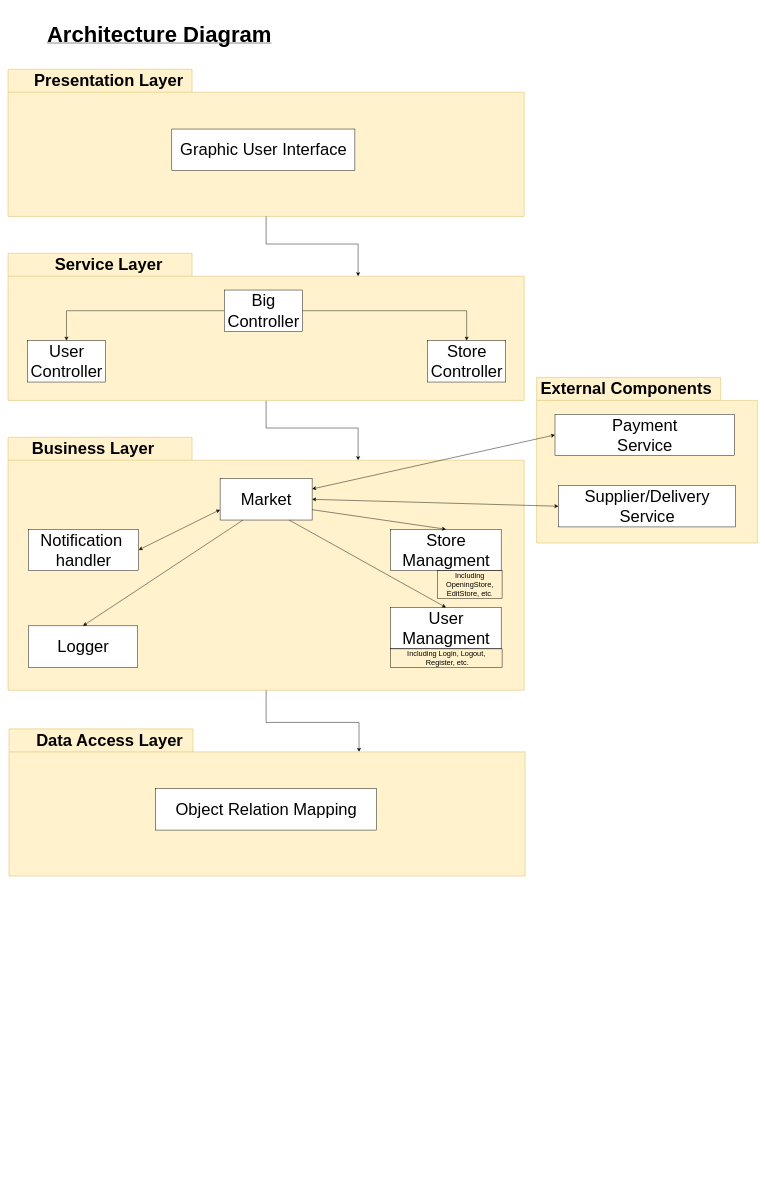
The draw.io diagram Documents/ArchitectureDiagram-V3.drawio in danielpiro/Workshop-16b, before the edit. Source tidied: cells renumbered, new cells numbered last; positions are measured from the earlier drawing's top-left corner, leaving out a move shared by most shapes. Both pictures are drawn from the tidied source at 46%, with x=0, y=0 at pixel (8, 18).
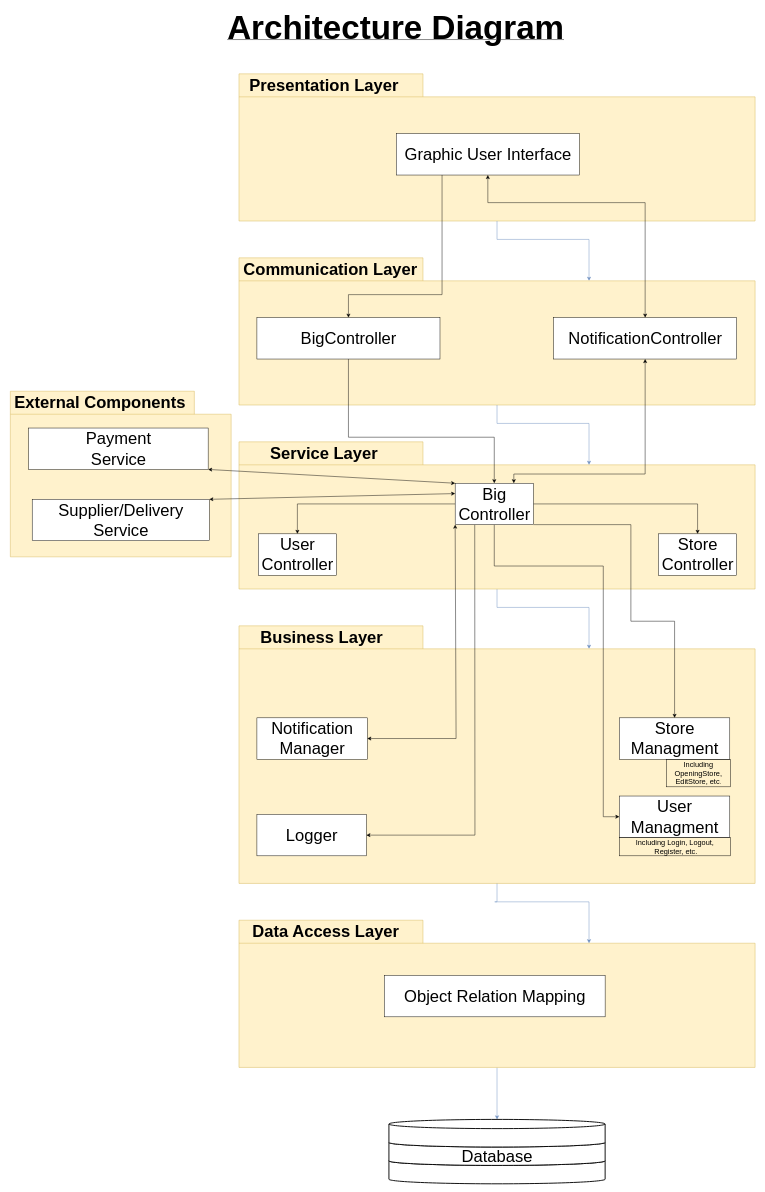
The same page after the edit.

The edit, as a diff of the source:
```diff
@@
-    <mxCell id="2" value="&lt;b&gt;&lt;u&gt;&lt;font style=&quot;font-size: 48px;&quot;&gt;Architecture Diagram&lt;/font&gt;&lt;/u&gt;&lt;/b&gt;" style="text;html=1;strokeColor=none;fillColor=none;align=center;verticalAlign=middle;whiteSpace=wrap;rounded=0;" parent="1" vertex="1">
-      <mxGeometry x="14" width="630" height="70" as="geometry" />
+    <mxCell id="2" value="&lt;b&gt;&lt;u&gt;&lt;font style=&quot;font-size: 72px;&quot;&gt;Architecture Diagram&lt;/font&gt;&lt;/u&gt;&lt;/b&gt;" style="text;html=1;strokeColor=none;fillColor=none;align=center;verticalAlign=middle;whiteSpace=wrap;rounded=0;" parent="1" vertex="1">
+      <mxGeometry x="458" y="-20" width="770" height="80" as="geometry" />
     </mxCell>
-    <mxCell id="3" style="edgeStyle=none;rounded=0;jettySize=auto;html=1;exitX=0.5;exitY=1;exitDx=0;exitDy=0;exitPerimeter=0;fontSize=36;entryX=0;entryY=0;entryDx=761;entryDy=50;entryPerimeter=0;" parent="1" edge="1" source="4" target="6">
+    <mxCell id="3" style="edgeStyle=none;rounded=0;jettySize=auto;html=1;exitX=0.5;exitY=1;exitDx=0;exitDy=0;exitPerimeter=0;fontSize=36;entryX=0;entryY=0;entryDx=761;entryDy=50;entryPerimeter=0;fillColor=#dae8fc;strokeColor=#6c8ebf;" parent="1" edge="1" source="4" target="6">
       <mxGeometry relative="1" as="geometry">
         <Array as="points">
-          <mxPoint x="561" y="890" />
-          <mxPoint x="761" y="890" />
+          <mxPoint x="1063" y="1280" />
+          <mxPoint x="1263" y="1280" />
         </Array>
       </mxGeometry>
     </mxCell>
     <mxCell id="4" style="shape=folder;fontStyle=1;spacingTop=10;tabWidth=400;tabHeight=50;tabPosition=left;html=1;fontSize=36;fillColor=#fff2cc;strokeColor=#d6b656;" parent="1" vertex="1">
-      <mxGeometry y="510" width="1122" height="320" as="geometry" />
+      <mxGeometry x="502" y="920" width="1122" height="320" as="geometry" />
     </mxCell>
     <mxCell id="5" value="Service Layer" style="text;align=center;fontStyle=1;verticalAlign=middle;spacingLeft=3;spacingRight=3;strokeColor=none;fontSize=36;" parent="1" vertex="1">
-      <mxGeometry x="44" y="510" width="350" height="40" as="geometry" />
+      <mxGeometry x="512" y="920" width="350" height="40" as="geometry" />
     </mxCell>
     <mxCell id="6" style="shape=folder;fontStyle=1;spacingTop=10;tabWidth=400;tabHeight=50;tabPosition=left;html=1;fontSize=36;fillColor=#fff2cc;strokeColor=#d6b656;" parent="1" vertex="1">
-      <mxGeometry y="910" width="1122" height="550" as="geometry" />
+      <mxGeometry x="502" y="1320" width="1122" height="560" as="geometry" />
     </mxCell>
     <mxCell id="7" value="Business Layer" style="text;align=center;fontStyle=1;verticalAlign=middle;spacingLeft=3;spacingRight=3;strokeColor=none;fontSize=36;" parent="1" vertex="1">
-      <mxGeometry x="10" y="910" width="350" height="40" as="geometry" />
+      <mxGeometry x="507" y="1320" width="350" height="40" as="geometry" />
     </mxCell>
     <mxCell id="8" style="shape=folder;fontStyle=1;spacingTop=10;tabWidth=400;tabHeight=50;tabPosition=left;html=1;fontSize=36;fillColor=#fff2cc;strokeColor=#d6b656;" parent="1" vertex="1">
-      <mxGeometry x="1149" y="780" width="480" height="360" as="geometry" />
+      <mxGeometry x="5" y="810" width="480" height="360" as="geometry" />
     </mxCell>
     <mxCell id="9" value="External Components" style="text;align=center;fontStyle=1;verticalAlign=middle;spacingLeft=3;spacingRight=3;strokeColor=none;fontSize=36;" parent="1" vertex="1">
-      <mxGeometry x="1169" y="780" width="350" height="40" as="geometry" />
+      <mxGeometry x="25" y="810" width="350" height="40" as="geometry" />
     </mxCell>
     <mxCell id="10" value="Store&lt;br&gt;Managment" style="html=1;fontSize=36;" parent="1" vertex="1">
-      <mxGeometry x="832" y="1110" width="240" height="90" as="geometry" />
+      <mxGeometry x="1329" y="1520" width="240" height="90" as="geometry" />
     </mxCell>
     <mxCell id="11" value="User&lt;br&gt;Managment" style="html=1;fontSize=36;" parent="1" vertex="1">
-      <mxGeometry x="832" y="1280" width="240" height="90" as="geometry" />
+      <mxGeometry x="1329" y="1690" width="240" height="90" as="geometry" />
     </mxCell>
     <mxCell id="12" value="Payment&lt;br&gt;Service" style="html=1;fontSize=36;" parent="1" vertex="1">
-      <mxGeometry x="1189" y="860" width="390" height="90" as="geometry" />
+      <mxGeometry x="45" y="890" width="390" height="90" as="geometry" />
     </mxCell>
     <mxCell id="13" value="User&lt;br&gt;Controller" style="html=1;fontSize=36;" parent="1" vertex="1">
-      <mxGeometry x="42" y="700" width="170" height="90" as="geometry" />
+      <mxGeometry x="544" y="1120" width="170" height="90" as="geometry" />
     </mxCell>
-    <mxCell id="14" style="edgeStyle=none;rounded=0;jettySize=auto;html=1;exitX=1;exitY=0.5;exitDx=0;exitDy=0;entryX=0;entryY=0.5;entryDx=0;entryDy=0;fontSize=36;startArrow=classic;startFill=1;" parent="1" edge="1" source="17" target="18">
+    <mxCell id="14" style="edgeStyle=none;rounded=0;jettySize=auto;html=1;exitX=0;exitY=0.25;exitDx=0;exitDy=0;entryX=1;entryY=0;entryDx=0;entryDy=0;fontSize=36;startArrow=classic;startFill=1;" parent="1" edge="1" source="28" target="18">
       <mxGeometry relative="1" as="geometry" />
     </mxCell>
-    <mxCell id="15" style="edgeStyle=none;rounded=0;jettySize=auto;html=1;exitX=1;exitY=0.25;exitDx=0;exitDy=0;entryX=0;entryY=0.5;entryDx=0;entryDy=0;fontSize=36;startArrow=classic;startFill=1;" parent="1" edge="1" source="17" target="12">
+    <mxCell id="15" style="edgeStyle=none;rounded=0;jettySize=auto;html=1;exitX=0;exitY=0;exitDx=0;exitDy=0;entryX=1;entryY=1;entryDx=0;entryDy=0;fontSize=36;startArrow=classic;startFill=1;" parent="1" edge="1" source="28" target="12">
       <mxGeometry relative="1" as="geometry" />
     </mxCell>
-    <mxCell id="16" style="edgeStyle=orthogonalEdgeStyle;rounded=0;jettySize=auto;html=1;exitX=0.5;exitY=1;exitDx=0;exitDy=0;entryX=0;entryY=0;entryDx=761;entryDy=50;entryPerimeter=0;startArrow=none;startFill=0;exitPerimeter=0;" parent="1" edge="1" source="6" target="33">
+    <mxCell id="16" style="edgeStyle=orthogonalEdgeStyle;rounded=0;jettySize=auto;html=1;exitX=0.5;exitY=1;exitDx=0;exitDy=0;entryX=0;entryY=0;entryDx=761;entryDy=50;entryPerimeter=0;startArrow=none;startFill=0;exitPerimeter=0;fillColor=#dae8fc;strokeColor=#6c8ebf;" parent="1" edge="1" source="6" target="33">
       <mxGeometry relative="1" as="geometry">
         <Array as="points">
-          <mxPoint x="561" y="1530" />
-          <mxPoint x="763" y="1530" />
+          <mxPoint x="1058" y="1920" />
+          <mxPoint x="1260" y="1920" />
         </Array>
       </mxGeometry>
     </mxCell>
-    <mxCell id="17" value="Market" style="html=1;fontSize=36;" parent="1" vertex="1">
-      <mxGeometry x="461" y="1000" width="200" height="90" as="geometry" />
-    </mxCell>
     <mxCell id="18" value="Supplier/Delivery&lt;br&gt;Service" style="html=1;fontSize=36;" parent="1" vertex="1">
-      <mxGeometry x="1196.5" y="1015" width="385" height="90" as="geometry" />
+      <mxGeometry x="52.5" y="1045" width="385" height="90" as="geometry" />
     </mxCell>
-    <mxCell id="19" style="endArrow=classic;html=1;rounded=0;entryX=0.5;entryY=0;entryDx=0;entryDy=0;exitX=1;exitY=0.75;exitDx=0;exitDy=0;" parent="1" edge="1" source="17" target="10">
-      <mxGeometry relative="1" as="geometry" />
+    <mxCell id="19" style="endArrow=classic;html=1;rounded=0;entryX=0.5;entryY=0;entryDx=0;entryDy=0;exitX=1;exitY=1;exitDx=0;exitDy=0;" parent="1" edge="1" source="28" target="10">
+      <mxGeometry relative="1" as="geometry">
+        <Array as="points">
+          <mxPoint x="1354" y="1100" />
+          <mxPoint x="1354" y="1310" />
+          <mxPoint x="1449" y="1310" />
+        </Array>
+      </mxGeometry>
     </mxCell>
-    <mxCell id="20" style="endArrow=classic;html=1;rounded=0;exitX=0.75;exitY=1;exitDx=0;exitDy=0;entryX=0.5;entryY=0;entryDx=0;entryDy=0;" parent="1" edge="1" source="17" target="11">
-      <mxGeometry relative="1" as="geometry" />
+    <mxCell id="20" style="endArrow=classic;html=1;rounded=0;exitX=0.5;exitY=1;exitDx=0;exitDy=0;entryX=0;entryY=0.5;entryDx=0;entryDy=0;" parent="1" edge="1" source="28" target="11">
+      <mxGeometry relative="1" as="geometry">
+        <Array as="points">
+          <mxPoint x="1057" y="1190" />
+          <mxPoint x="1294" y="1190" />
+          <mxPoint x="1294" y="1735" />
+        </Array>
+      </mxGeometry>
     </mxCell>
     <mxCell id="21" value="Logger" style="html=1;fontSize=36;" parent="1" vertex="1">
-      <mxGeometry x="44" y="1320" width="238" height="90" as="geometry" />
+      <mxGeometry x="541" y="1730" width="238" height="90" as="geometry" />
     </mxCell>
-    <mxCell id="22" style="edgeStyle=none;rounded=0;jettySize=auto;html=1;exitX=0.25;exitY=1;exitDx=0;exitDy=0;fontSize=36;entryX=0.5;entryY=0;entryDx=0;entryDy=0;" parent="1" edge="1" source="17" target="21">
-      <mxGeometry relative="1" as="geometry" />
+    <mxCell id="22" style="edgeStyle=none;rounded=0;jettySize=auto;html=1;exitX=0.25;exitY=1;exitDx=0;exitDy=0;fontSize=36;entryX=1;entryY=0.5;entryDx=0;entryDy=0;" parent="1" edge="1" source="28" target="21">
+      <mxGeometry relative="1" as="geometry">
+        <Array as="points">
+          <mxPoint x="1015" y="1775" />
+        </Array>
+      </mxGeometry>
     </mxCell>
-    <mxCell id="23" value="Notification&amp;nbsp;&lt;br&gt;handler" style="html=1;fontSize=36;" parent="1" vertex="1">
-      <mxGeometry x="44" y="1110" width="240" height="90" as="geometry" />
+    <mxCell id="23" value="Notification&lt;br&gt;Manager" style="html=1;fontSize=36;" parent="1" vertex="1">
+      <mxGeometry x="541" y="1520" width="240" height="90" as="geometry" />
     </mxCell>
-    <mxCell id="24" style="endArrow=classic;html=1;rounded=0;entryX=1;entryY=0.5;entryDx=0;entryDy=0;exitX=0;exitY=0.75;exitDx=0;exitDy=0;startArrow=classic;startFill=1;" parent="1" edge="1" source="17" target="23">
-      <mxGeometry relative="1" as="geometry" />
+    <mxCell id="24" style="endArrow=classic;html=1;rounded=0;entryX=1;entryY=0.5;entryDx=0;entryDy=0;exitX=0;exitY=1;exitDx=0;exitDy=0;startArrow=classic;startFill=1;" parent="1" edge="1" source="28" target="23">
+      <mxGeometry relative="1" as="geometry">
+        <Array as="points">
+          <mxPoint x="974" y="1565" />
+        </Array>
+      </mxGeometry>
     </mxCell>
     <mxCell id="25" value="Store&lt;br&gt;Controller" style="html=1;fontSize=36;" parent="1" vertex="1">
-      <mxGeometry x="912" y="700" width="170" height="90" as="geometry" />
+      <mxGeometry x="1414" y="1120" width="170" height="90" as="geometry" />
     </mxCell>
@@
     <mxCell id="28" value="Big&lt;br&gt;Controller" style="html=1;fontSize=36;" parent="1" vertex="1">
-      <mxGeometry x="470" y="590" width="170" height="90" as="geometry" />
+      <mxGeometry x="972" y="1010" width="170" height="90" as="geometry" />
     </mxCell>
     <mxCell id="29" style="shape=folder;fontStyle=1;spacingTop=10;tabWidth=400;tabHeight=50;tabPosition=left;html=1;fontSize=36;fillColor=#fff2cc;strokeColor=#d6b656;" parent="1" vertex="1">
-      <mxGeometry y="110" width="1122" height="320" as="geometry" />
+      <mxGeometry x="502" y="120" width="1122" height="320" as="geometry" />
     </mxCell>
     <mxCell id="30" value="Presentation Layer" style="text;align=center;fontStyle=1;verticalAlign=middle;spacingLeft=3;spacingRight=3;strokeColor=none;fontSize=36;" parent="1" vertex="1">
-      <mxGeometry x="44" y="110" width="350" height="40" as="geometry" />
+      <mxGeometry x="512" y="120" width="350" height="40" as="geometry" />
     </mxCell>
-    <mxCell id="31" style="edgeStyle=orthogonalEdgeStyle;rounded=0;jettySize=auto;html=1;exitX=0.5;exitY=1;exitDx=0;exitDy=0;entryX=0;entryY=0;entryDx=761;entryDy=50;entryPerimeter=0;exitPerimeter=0;" parent="1" edge="1" source="29" target="4">
+    <mxCell id="31" style="edgeStyle=orthogonalEdgeStyle;rounded=0;jettySize=auto;html=1;exitX=0.5;exitY=1;exitDx=0;exitDy=0;entryX=0;entryY=0;entryDx=761;entryDy=50;entryPerimeter=0;exitPerimeter=0;fillColor=#dae8fc;strokeColor=#6c8ebf;" parent="1" edge="1" source="29" target="39">
       <mxGeometry relative="1" as="geometry">
         <Array as="points">
-          <mxPoint x="561" y="490" />
-          <mxPoint x="761" y="490" />
+          <mxPoint x="1063" y="480" />
+          <mxPoint x="1263" y="480" />
         </Array>
       </mxGeometry>
     </mxCell>
     <mxCell id="32" value="Graphic User Interface" style="html=1;fontSize=36;" parent="1" vertex="1">
-      <mxGeometry x="356" y="240" width="398" height="90" as="geometry" />
+      <mxGeometry x="844" y="250" width="398" height="90" as="geometry" />
     </mxCell>
+    <mxCell id="38" style="edgeStyle=orthogonalEdgeStyle;rounded=0;jettySize=auto;html=1;exitX=0.5;exitY=1;exitDx=0;exitDy=0;exitPerimeter=0;entryX=0.5;entryY=0;entryDx=0;entryDy=0;entryPerimeter=0;fillColor=#dae8fc;strokeColor=#6c8ebf;" parent="1" edge="1" source="33" target="46">
+      <mxGeometry relative="1" as="geometry" />
+    </mxCell>
     <mxCell id="33" style="shape=folder;fontStyle=1;spacingTop=10;tabWidth=400;tabHeight=50;tabPosition=left;html=1;fontSize=36;fillColor=#fff2cc;strokeColor=#d6b656;" parent="1" vertex="1">
-      <mxGeometry x="2" y="1544" width="1122" height="320" as="geometry" />
+      <mxGeometry x="502" y="1960" width="1122" height="320" as="geometry" />
     </mxCell>
     <mxCell id="34" value="Data Access Layer" style="text;align=center;fontStyle=1;verticalAlign=middle;spacingLeft=3;spacingRight=3;strokeColor=none;fontSize=36;" parent="1" vertex="1">
-      <mxGeometry x="46" y="1544" width="350" height="40" as="geometry" />
+      <mxGeometry x="516" y="1960" width="350" height="40" as="geometry" />
     </mxCell>
     <mxCell id="35" value="Object Relation Mapping" style="html=1;fontSize=36;" parent="1" vertex="1">
-      <mxGeometry x="321" y="1674" width="480" height="90" as="geometry" />
+      <mxGeometry x="818" y="2080" width="480" height="90" as="geometry" />
     </mxCell>
     <mxCell id="36" value="&lt;font style=&quot;font-size: 16px;&quot;&gt;Including Login, Logout,&lt;br&gt;&amp;nbsp;Register, etc.&lt;/font&gt;" style="text;html=1;strokeColor=default;fillColor=none;align=center;verticalAlign=middle;whiteSpace=wrap;rounded=0;" parent="1" vertex="1">
-      <mxGeometry x="832" y="1370" width="242" height="40" as="geometry" />
+      <mxGeometry x="1329" y="1780" width="242" height="40" as="geometry" />
     </mxCell>
     <mxCell id="37" value="&lt;font style=&quot;font-size: 16px;&quot;&gt;Including OpeningStore, EditStore, etc&lt;/font&gt;." style="text;html=1;strokeColor=default;fillColor=none;align=center;verticalAlign=middle;whiteSpace=wrap;rounded=0;" parent="1" vertex="1">
-      <mxGeometry x="934" y="1200" width="140" height="60" as="geometry" />
+      <mxGeometry x="1431" y="1610" width="140" height="60" as="geometry" />
     </mxCell>
+    <mxCell id="39" style="shape=folder;fontStyle=1;spacingTop=10;tabWidth=400;tabHeight=50;tabPosition=left;html=1;fontSize=36;fillColor=#fff2cc;strokeColor=#d6b656;" parent="1" vertex="1">
+      <mxGeometry x="502" y="520" width="1122" height="320" as="geometry" />
+    </mxCell>
+    <mxCell id="40" value="Communication Layer" style="text;align=center;fontStyle=1;verticalAlign=middle;spacingLeft=3;spacingRight=3;strokeColor=none;fontSize=36;" parent="1" vertex="1">
+      <mxGeometry x="516" y="520" width="370" height="40" as="geometry" />
+    </mxCell>
+    <mxCell id="41" value="BigController" style="html=1;fontSize=36;" parent="1" vertex="1">
+      <mxGeometry x="541" y="650" width="398" height="90" as="geometry" />
+    </mxCell>
+    <mxCell id="42" style="edgeStyle=orthogonalEdgeStyle;rounded=0;jettySize=auto;html=1;exitX=0.5;exitY=1;exitDx=0;exitDy=0;entryX=0;entryY=0;entryDx=761;entryDy=50;entryPerimeter=0;exitPerimeter=0;fillColor=#dae8fc;strokeColor=#6c8ebf;" parent="1" edge="1" source="39" target="4">
+      <mxGeometry relative="1" as="geometry">
+        <Array as="points">
+          <mxPoint x="1063" y="880" />
+          <mxPoint x="1263" y="880" />
+        </Array>
+      </mxGeometry>
+    </mxCell>
+    <mxCell id="43" style="group;" parent="1" vertex="1">
+      <mxGeometry x="828" y="2393" width="470" height="140" as="geometry" />
+    </mxCell>
+    <mxCell id="44" style="strokeWidth=2;html=1;shape=mxgraph.flowchart.database;whiteSpace=wrap;" parent="43" vertex="1">
+      <mxGeometry y="80" width="470" height="60" as="geometry" />
+    </mxCell>
+    <mxCell id="45" style="strokeWidth=2;html=1;shape=mxgraph.flowchart.database;whiteSpace=wrap;" parent="43" vertex="1">
+      <mxGeometry y="40" width="470" height="60" as="geometry" />
+    </mxCell>
+    <mxCell id="46" style="strokeWidth=2;html=1;shape=mxgraph.flowchart.database;whiteSpace=wrap;" parent="43" vertex="1">
+      <mxGeometry width="470" height="60" as="geometry" />
+    </mxCell>
+    <mxCell id="47" value="&lt;font style=&quot;font-size: 36px;&quot;&gt;Database&lt;/font&gt;" style="text;html=1;strokeColor=none;fillColor=none;align=center;verticalAlign=middle;whiteSpace=wrap;rounded=0;" parent="43" vertex="1">
+      <mxGeometry x="127.5" y="64" width="215" height="30" as="geometry" />
+    </mxCell>
+    <mxCell id="48" value="NotificationController" style="html=1;fontSize=36;" parent="1" vertex="1">
+      <mxGeometry x="1186" y="650" width="398" height="90" as="geometry" />
+    </mxCell>
+    <mxCell id="49" style="edgeStyle=orthogonalEdgeStyle;rounded=0;jettySize=auto;html=1;exitX=0.5;exitY=1;exitDx=0;exitDy=0;entryX=0.5;entryY=0;entryDx=0;entryDy=0;" parent="1" edge="1" source="41" target="28">
+      <mxGeometry relative="1" as="geometry">
+        <Array as="points">
+          <mxPoint x="740" y="910" />
+          <mxPoint x="1057" y="910" />
+        </Array>
+      </mxGeometry>
+    </mxCell>
+    <mxCell id="50" style="edgeStyle=orthogonalEdgeStyle;rounded=0;jettySize=auto;html=1;exitX=0.5;exitY=1;exitDx=0;exitDy=0;entryX=0.75;entryY=0;entryDx=0;entryDy=0;startArrow=classic;startFill=1;" parent="1" edge="1" source="48" target="28">
+      <mxGeometry relative="1" as="geometry">
+        <Array as="points">
+          <mxPoint x="1385" y="990" />
+          <mxPoint x="1100" y="990" />
+        </Array>
+      </mxGeometry>
+    </mxCell>
+    <mxCell id="51" style="edgeStyle=orthogonalEdgeStyle;rounded=0;jettySize=auto;html=1;exitX=0.5;exitY=1;exitDx=0;exitDy=0;entryX=0.5;entryY=0;entryDx=0;entryDy=0;startArrow=classic;startFill=1;" parent="1" edge="1" source="32" target="48">
+      <mxGeometry relative="1" as="geometry">
+        <Array as="points">
+          <mxPoint x="1043" y="400" />
+          <mxPoint x="1385" y="400" />
+        </Array>
+      </mxGeometry>
+    </mxCell>
+    <mxCell id="52" style="edgeStyle=orthogonalEdgeStyle;rounded=0;jettySize=auto;html=1;exitX=0.25;exitY=1;exitDx=0;exitDy=0;entryX=0.5;entryY=0;entryDx=0;entryDy=0;fontSize=36;fontColor=#FF0000;startArrow=none;startFill=0;" parent="1" edge="1" source="32" target="41">
+      <mxGeometry relative="1" as="geometry">
+        <Array as="points">
+          <mxPoint x="943" y="600" />
+          <mxPoint x="740" y="600" />
+        </Array>
+      </mxGeometry>
+    </mxCell>
```
